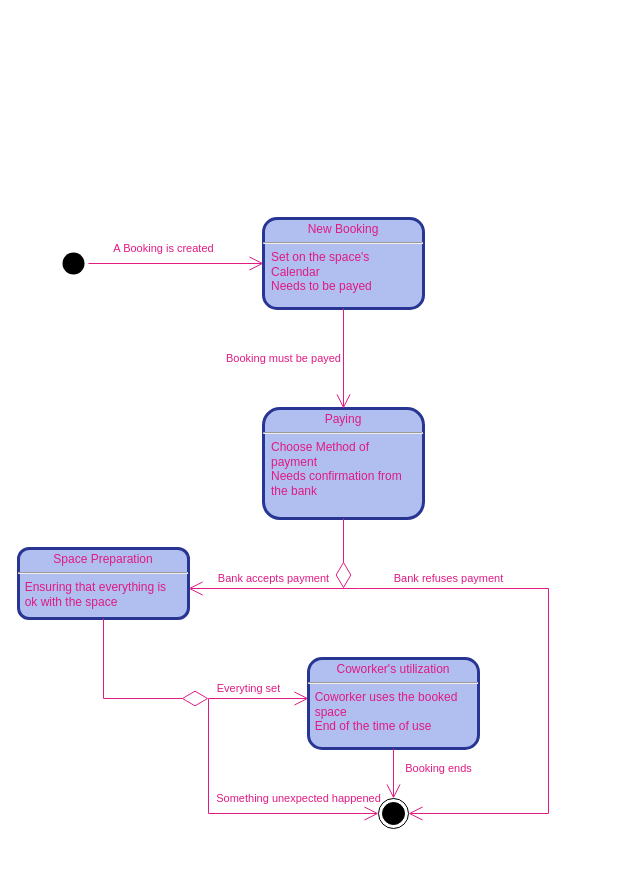
Before: page "State Diagram" (5 of 5) of doc/elaboration/models.drawio in DavidAraujo98/CoworkClub, a draw.io diagram. Source tidied: cells renumbered, new cells numbered last; positions are measured from the earlier drawing's top-left corner, leaving out a move shared by most shapes. Both pictures are drawn from the tidied source at 100%, with x=0, y=0 at pixel (18, 218).
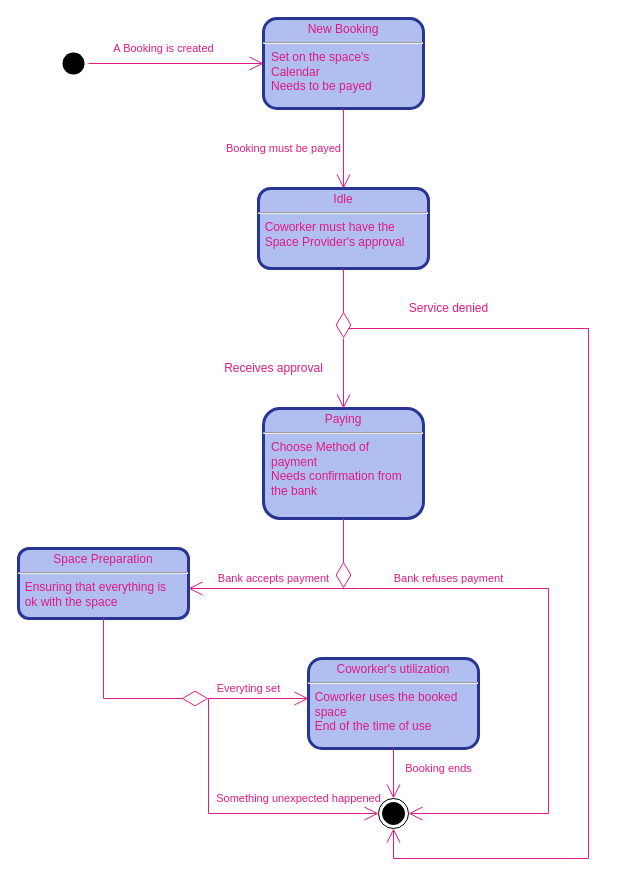
The same diagram, later.

The change refers to these unchanged cells:
```xml
<mxCell id="6" value="&lt;p style=&quot;margin: 4px 0px 0px; text-align: center;&quot;&gt;Paying&lt;br&gt;&lt;/p&gt;&lt;hr&gt;&lt;p style=&quot;margin:0px;margin-left:8px;&quot;&gt;Choose Method of&lt;/p&gt;&lt;p style=&quot;margin:0px;margin-left:8px;&quot;&gt;payment&lt;/p&gt;&lt;p style=&quot;margin:0px;margin-left:8px;&quot;&gt;Needs confirmation from &lt;br&gt;&lt;/p&gt;&lt;p style=&quot;margin:0px;margin-left:8px;&quot;&gt;the bank&lt;br&gt;&lt;/p&gt;&lt;p style=&quot;margin:0px;margin-left:8px;&quot;&gt;&lt;br&gt;&lt;/p&gt;" style="verticalAlign=top;align=left;overflow=fill;fontSize=12;fontFamily=Helvetica;html=1;rounded=1;fontColor=#e01b84;strokeColor=#283592;strokeWidth=3;fillColor=#B0BEF0;gradientColor=none;" parent="1" vertex="1">
  <mxGeometry x="245" y="190" width="160" height="110" as="geometry" />
</mxCell>
<mxCell id="18" style="ellipse;html=1;shape=endState;fillColor=#000000;strokeColor=#000000;rounded=1;fontFamily=Helvetica;fontSize=11;fontColor=#e01b84;" parent="1" vertex="1">
  <mxGeometry x="360" y="580" width="30" height="30" as="geometry" />
</mxCell>
```

What changed in the source:
```diff
@@
     <mxCell id="2" style="ellipse;html=1;shape=endState;fillColor=#000000;strokeColor=none;dashed=1;dashPattern=1 4;" parent="1" vertex="1">
-      <mxGeometry x="40" y="30" width="30" height="30" as="geometry" />
+      <mxGeometry x="40" y="-170" width="30" height="30" as="geometry" />
     </mxCell>
@@
     <mxCell id="4" value="&lt;p style=&quot;margin: 4px 0px 0px; text-align: center;&quot;&gt;New Booking&lt;br&gt;&lt;/p&gt;&lt;hr&gt;&lt;p style=&quot;margin:0px;margin-left:8px;&quot;&gt;Set on the space's &lt;br&gt;&lt;/p&gt;&lt;p style=&quot;margin:0px;margin-left:8px;&quot;&gt;Calendar&lt;/p&gt;&lt;p style=&quot;margin:0px;margin-left:8px;&quot;&gt;Needs to be payed&lt;br&gt;&lt;/p&gt;&lt;p style=&quot;margin:0px;margin-left:8px;&quot;&gt;&lt;br&gt;&lt;/p&gt;&lt;p style=&quot;margin:0px;margin-left:8px;&quot;&gt;&lt;br&gt;&lt;/p&gt;&lt;p style=&quot;margin:0px;margin-left:8px;&quot;&gt;&lt;br&gt;&lt;/p&gt;" style="verticalAlign=top;align=left;overflow=fill;fontSize=12;fontFamily=Helvetica;html=1;rounded=1;fontColor=#e01b84;strokeColor=#283592;strokeWidth=3;fillColor=#B0BEF0;gradientColor=none;" parent="1" vertex="1">
-      <mxGeometry x="245" width="160" height="90" as="geometry" />
+      <mxGeometry x="245" y="-200" width="160" height="90" as="geometry" />
     </mxCell>
     <mxCell id="5" value="A Booking is created" style="text;html=1;align=center;verticalAlign=middle;strokeColor=none;fillColor=none;fontSize=11;fontFamily=Helvetica;fontColor=#e01b84;" parent="1" vertex="1">
-      <mxGeometry x="90" y="20" width="110" height="20" as="geometry" />
+      <mxGeometry x="90" y="-180" width="110" height="20" as="geometry" />
     </mxCell>
@@
-    <mxCell id="7" style="endArrow=open;endFill=0;endSize=12;html=1;rounded=0;exitX=0.5;exitY=1;exitDx=0;exitDy=0;strokeColor=#e01b84;entryX=0.5;entryY=0;entryDx=0;entryDy=0;" parent="1" edge="1" source="4" target="6">
+    <mxCell id="7" style="endArrow=open;endFill=0;endSize=12;html=1;rounded=0;exitX=0.5;exitY=1;exitDx=0;exitDy=0;strokeColor=#e01b84;entryX=0.5;entryY=0;entryDx=0;entryDy=0;" parent="1" edge="1" source="4" target="24">
       <mxGeometry relative="1" as="geometry" />
     </mxCell>
     <mxCell id="8" value="Booking must be payed" style="text;html=1;align=center;verticalAlign=middle;strokeColor=none;fillColor=none;fontSize=11;fontFamily=Helvetica;fontColor=#e01b84;" parent="1" vertex="1">
-      <mxGeometry x="200" y="130" width="130" height="20" as="geometry" />
+      <mxGeometry x="200" y="-80" width="130" height="20" as="geometry" />
     </mxCell>
@@
+    <mxCell id="24" value="&lt;p style=&quot;margin: 4px 0px 0px; text-align: center;&quot;&gt;Idle&lt;br&gt;&lt;/p&gt;&lt;hr&gt;&lt;div&gt;&amp;nbsp; Coworker must have the &lt;br&gt;&lt;/div&gt;&lt;div&gt;&amp;nbsp; Space Provider's approval&lt;br&gt;&lt;/div&gt;&lt;div&gt;&lt;br&gt;&lt;/div&gt;&lt;div&gt;&lt;br&gt;&lt;/div&gt;&lt;div&gt;&amp;nbsp; &lt;br&gt;&lt;/div&gt;&lt;div align=&quot;justify&quot;&gt;&amp;nbsp; &lt;br&gt;&lt;/div&gt;" style="verticalAlign=top;align=left;overflow=fill;fontSize=12;fontFamily=Helvetica;html=1;rounded=1;fontColor=#e01b84;strokeColor=#283592;strokeWidth=3;fillColor=#B0BEF0;gradientColor=none;" parent="1" vertex="1">
+      <mxGeometry x="240" y="-30" width="170" height="80" as="geometry" />
+    </mxCell>
+    <mxCell id="25" style="endArrow=diamondThin;endFill=0;endSize=24;html=1;rounded=0;strokeColor=#E01B84;exitX=0.5;exitY=1;exitDx=0;exitDy=0;" parent="1" edge="1" source="24">
+      <mxGeometry relative="1" as="geometry">
+        <mxPoint x="325" y="120" as="targetPoint" />
+      </mxGeometry>
+    </mxCell>
+    <mxCell id="26" style="endArrow=open;endFill=1;endSize=12;html=1;rounded=0;strokeColor=#E01B84;entryX=0.5;entryY=0;entryDx=0;entryDy=0;" parent="1" edge="1" target="6">
+      <mxGeometry relative="1" as="geometry">
+        <mxPoint x="325" y="120" as="sourcePoint" />
+      </mxGeometry>
+    </mxCell>
+    <mxCell id="27" value="&lt;font color=&quot;#E01B84&quot;&gt;Receives approval&lt;/font&gt;" style="text;html=1;align=center;verticalAlign=middle;strokeColor=none;fillColor=none;" parent="1" vertex="1">
+      <mxGeometry x="195" y="140" width="120" height="20" as="geometry" />
+    </mxCell>
+    <mxCell id="28" style="endArrow=open;endFill=1;endSize=12;html=1;rounded=0;fontColor=#E01B84;strokeColor=#E01B84;entryX=0.5;entryY=1;entryDx=0;entryDy=0;" parent="1" edge="1" target="18">
+      <mxGeometry relative="1" as="geometry">
+        <mxPoint x="330" y="110" as="sourcePoint" />
+        <Array as="points">
+          <mxPoint x="570" y="110" />
+          <mxPoint x="570" y="640" />
+          <mxPoint x="375" y="640" />
+        </Array>
+      </mxGeometry>
+    </mxCell>
+    <mxCell id="29" value="Service denied" style="text;html=1;align=center;verticalAlign=middle;strokeColor=none;fillColor=none;fontColor=#E01B84;" parent="1" vertex="1">
+      <mxGeometry x="380" y="80" width="100" height="20" as="geometry" />
+    </mxCell>
```
